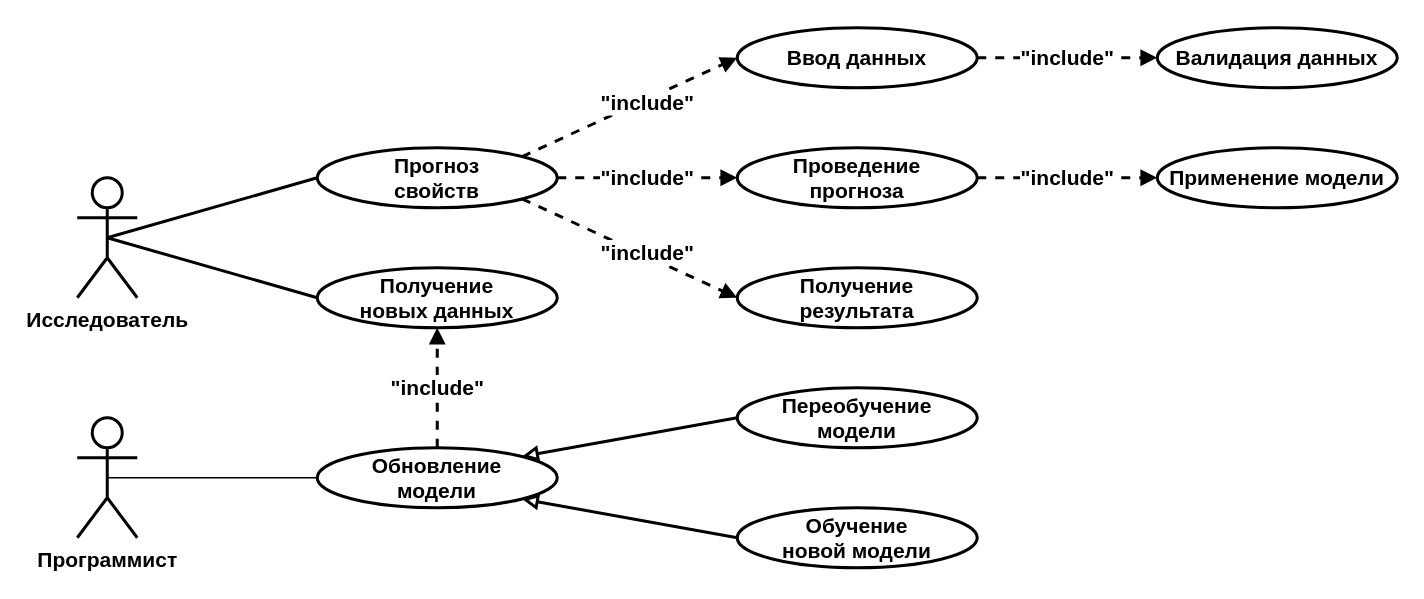
Above: page "Диаграмма прецедентов" (1 of 4) of ВКР, отчет/ВКР, приложение/ВКР, UML.drawio in Cyber-Limon/Final_qualifying_work___Diploma (draw.io), before the change. Source tidied: cells renumbered, new cells numbered last; positions are measured from the earlier drawing's top-left corner, leaving out a move shared by most shapes. Both pictures are drawn from the tidied source at 150%, with x=0, y=0 at pixel (76, 27).
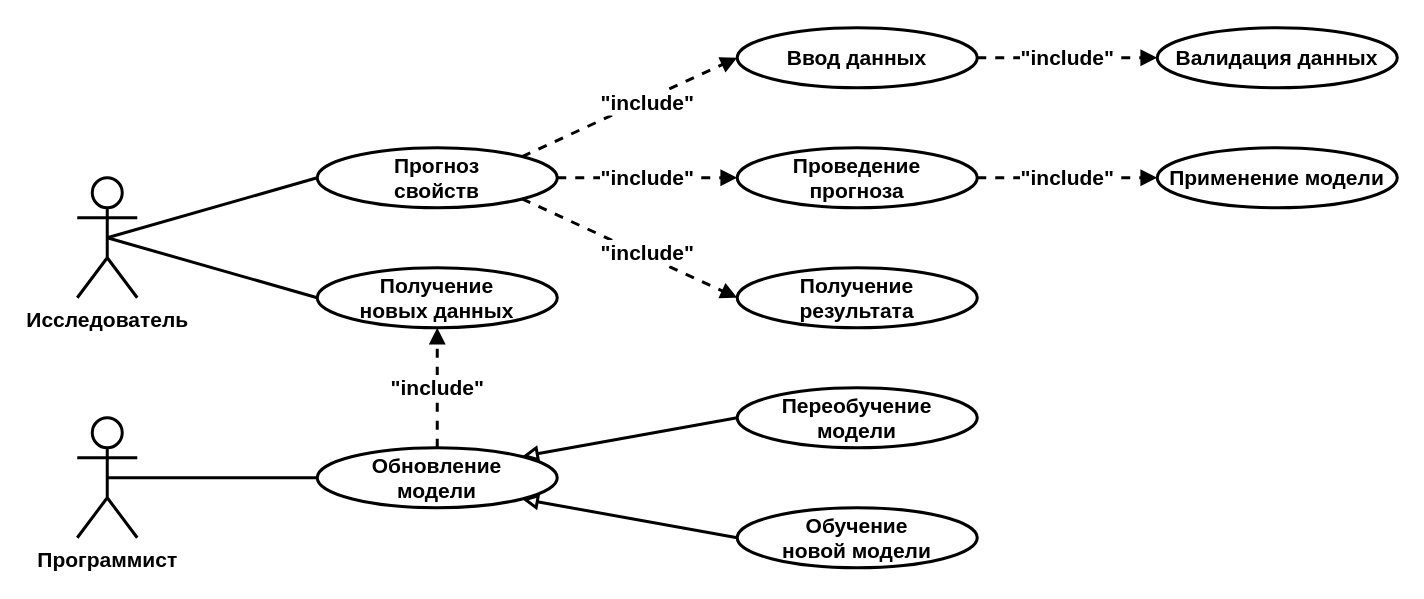
The same page after the edit.

Unchanged cells that the change refers to:
```xml
<mxCell id="3" value="&lt;font style=&quot;font-size: 14px;&quot;&gt;&lt;b&gt;Программист&lt;/b&gt;&lt;/font&gt;" style="shape=umlActor;verticalLabelPosition=bottom;verticalAlign=top;html=1;outlineConnect=0;strokeWidth=2;" parent="1" vertex="1">
  <mxGeometry y="260" width="40" height="80" as="geometry" />
</mxCell>
<mxCell id="13" value="&lt;span style=&quot;font-size: 14px;&quot;&gt;&lt;b&gt;Обновление&lt;/b&gt;&lt;/span&gt;&lt;div&gt;&lt;span style=&quot;font-size: 14px;&quot;&gt;&lt;b&gt;модели&lt;/b&gt;&lt;/span&gt;&lt;/div&gt;" style="ellipse;whiteSpace=wrap;html=1;strokeWidth=2;" parent="1" vertex="1">
  <mxGeometry x="160" y="280" width="160" height="40" as="geometry" />
</mxCell>
```

The edit, as a diff of the source:
```diff
@@
-    <mxCell id="18" style="endArrow=none;html=1;rounded=0;exitX=0.5;exitY=0.5;exitDx=0;exitDy=0;exitPerimeter=0;entryX=0;entryY=0.5;entryDx=0;entryDy=0;" parent="1" edge="1" source="3" target="13">
+    <mxCell id="18" style="endArrow=none;html=1;rounded=0;exitX=0.5;exitY=0.5;exitDx=0;exitDy=0;exitPerimeter=0;entryX=0;entryY=0.5;entryDx=0;entryDy=0;strokeWidth=2;" parent="1" edge="1" source="3" target="13">
       <mxGeometry relative="1" as="geometry" />
     </mxCell>
```
